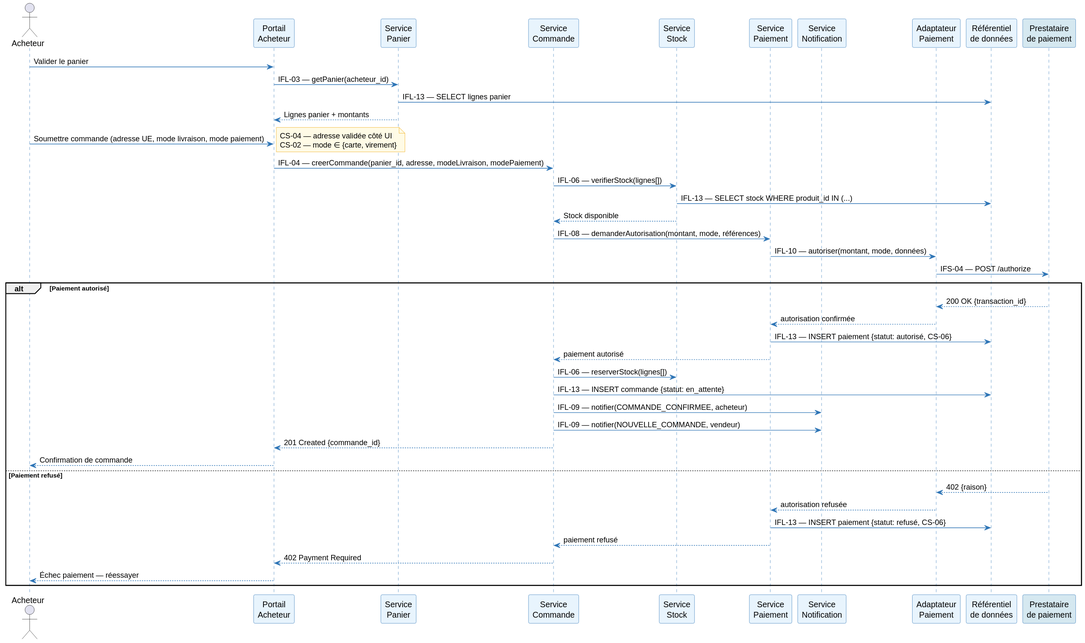
Earlier version of the PlantUML export architecture/03-logical-architecture/diagrams/la-seq-commande.svg (louistalvande/online_shop). Source of this version:
```plantuml
@startuml
skinparam sequenceArrowColor #2E75B6
skinparam sequenceParticipantBackgroundColor #E8F4FD
skinparam sequenceParticipantBorderColor #2E75B6
skinparam sequenceLifeLineBorderColor #2E75B6
skinparam noteBorderColor #F0A500
skinparam noteBackgroundColor #FFFBE6

actor Acheteur as Buyer
participant "Portail\nAcheteur" as UI
participant "Service\nPanier" as SvcCart
participant "Service\nCommande" as SvcOrder
participant "Service\nStock" as SvcStock
participant "Service\nPaiement" as SvcPayment
participant "Service\nNotification" as SvcNotif
participant "Adaptateur\nPaiement" as AdpPayment
participant "Référentiel\nde données" as DB
participant "Prestataire\nde paiement" as ExtPayment #D5E8F0

Buyer -> UI : Valider le panier
UI -> SvcCart : IFL-03 — getPanier(acheteur_id)
SvcCart -> DB : IFL-13 — SELECT lignes panier
SvcCart --> UI : Lignes panier + montants

Buyer -> UI : Soumettre commande (adresse UE, mode livraison, mode paiement)
note right : CS-04 — adresse validée côté UI\nCS-02 — mode ∈ {carte, virement}

UI -> SvcOrder : IFL-04 — creerCommande(panier_id, adresse, modeLivraison, modePaiement)
SvcOrder -> SvcStock : IFL-06 — verifierStock(lignes[])
SvcStock -> DB : IFL-13 — SELECT stock WHERE produit_id IN (...)
SvcStock --> SvcOrder : Stock disponible

SvcOrder -> SvcPayment : IFL-08 — demanderAutorisation(montant, mode, références)
SvcPayment -> AdpPayment : IFL-10 — autoriser(montant, mode, données)
AdpPayment -> ExtPayment : IFS-04 — POST /authorize

alt Paiement autorisé
  ExtPayment --> AdpPayment : 200 OK {transaction_id}
  AdpPayment --> SvcPayment : autorisation confirmée
  SvcPayment -> DB : IFL-13 — INSERT paiement {statut: autorisé, CS-06}
  SvcPayment --> SvcOrder : paiement autorisé

  SvcOrder -> SvcStock : IFL-06 — reserverStock(lignes[])
  SvcOrder -> DB : IFL-13 — INSERT commande {statut: en_attente}
  SvcOrder -> SvcNotif : IFL-09 — notifier(COMMANDE_CONFIRMEE, acheteur)
  SvcOrder -> SvcNotif : IFL-09 — notifier(NOUVELLE_COMMANDE, vendeur)
  SvcOrder --> UI : 201 Created {commande_id}
  UI --> Buyer : Confirmation de commande

else Paiement refusé
  ExtPayment --> AdpPayment : 402 {raison}
  AdpPayment --> SvcPayment : autorisation refusée
  SvcPayment -> DB : IFL-13 — INSERT paiement {statut: refusé, CS-06}
  SvcPayment --> SvcOrder : paiement refusé
  SvcOrder --> UI : 402 Payment Required
  UI --> Buyer : Échec paiement — réessayer
end
@enduml
```
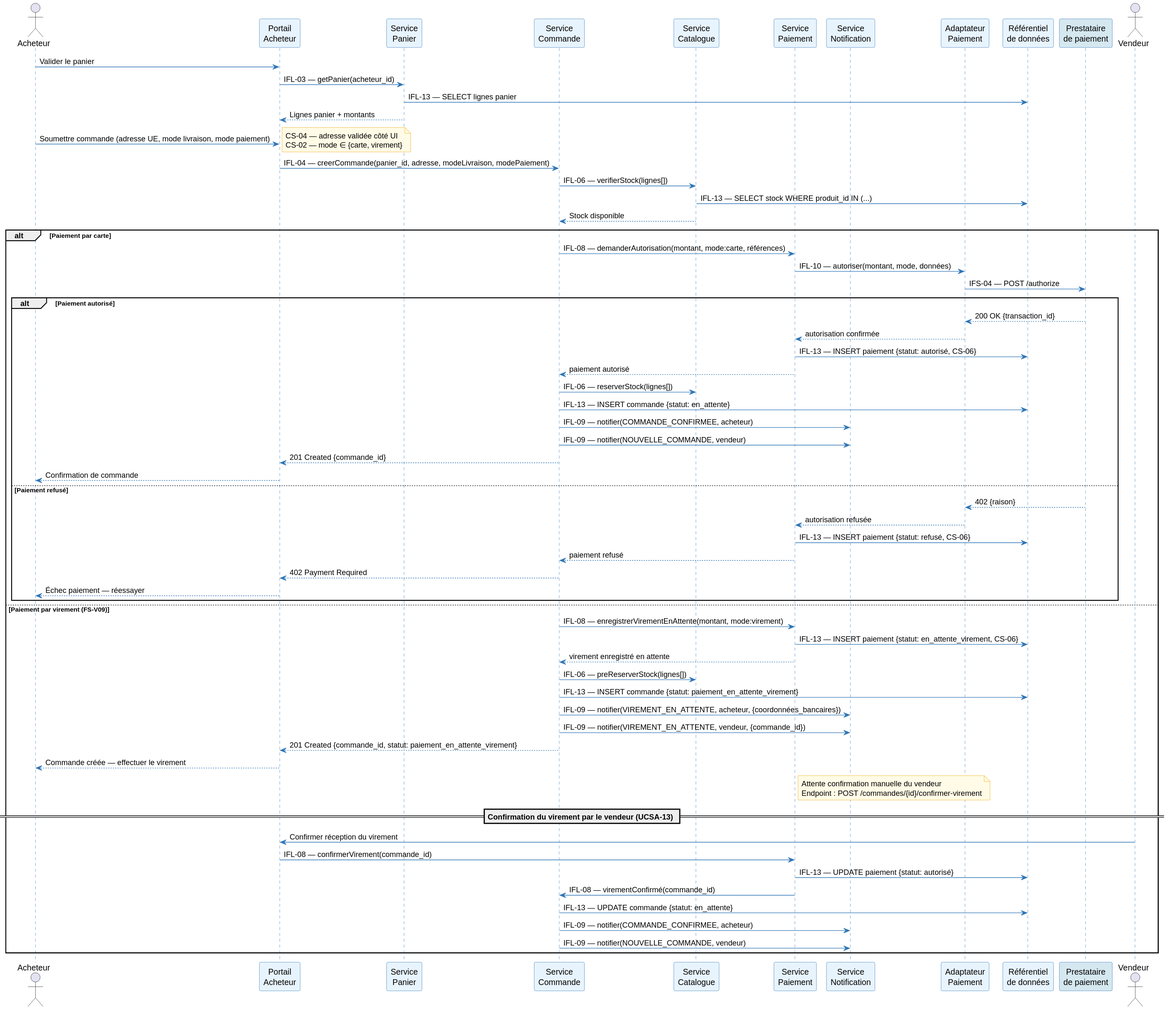
The same diagram one commit later.

Diff of the diagram source:
```diff
@@ -10,7 +10,7 @@
 participant "Portail\nAcheteur" as UI
 participant "Service\nPanier" as SvcCart
 participant "Service\nCommande" as SvcOrder
-participant "Service\nStock" as SvcStock
+participant "Service\nCatalogue" as SvcCatalog
 participant "Service\nPaiement" as SvcPayment
 participant "Service\nNotification" as SvcNotif
 participant "Adaptateur\nPaiement" as AdpPayment
@@ -26,33 +26,61 @@
 note right : CS-04 — adresse validée côté UI\nCS-02 — mode ∈ {carte, virement}
 
 UI -> SvcOrder : IFL-04 — creerCommande(panier_id, adresse, modeLivraison, modePaiement)
-SvcOrder -> SvcStock : IFL-06 — verifierStock(lignes[])
-SvcStock -> DB : IFL-13 — SELECT stock WHERE produit_id IN (...)
-SvcStock --> SvcOrder : Stock disponible
+SvcOrder -> SvcCatalog : IFL-06 — verifierStock(lignes[])
+SvcCatalog -> DB : IFL-13 — SELECT stock WHERE produit_id IN (...)
+SvcCatalog --> SvcOrder : Stock disponible
 
-SvcOrder -> SvcPayment : IFL-08 — demanderAutorisation(montant, mode, références)
-SvcPayment -> AdpPayment : IFL-10 — autoriser(montant, mode, données)
-AdpPayment -> ExtPayment : IFS-04 — POST /authorize
+alt Paiement par carte
+  SvcOrder -> SvcPayment : IFL-08 — demanderAutorisation(montant, mode:carte, références)
+  SvcPayment -> AdpPayment : IFL-10 — autoriser(montant, mode, données)
+  AdpPayment -> ExtPayment : IFS-04 — POST /authorize
 
-alt Paiement autorisé
-  ExtPayment --> AdpPayment : 200 OK {transaction_id}
-  AdpPayment --> SvcPayment : autorisation confirmée
-  SvcPayment -> DB : IFL-13 — INSERT paiement {statut: autorisé, CS-06}
-  SvcPayment --> SvcOrder : paiement autorisé
+  alt Paiement autorisé
+    ExtPayment --> AdpPayment : 200 OK {transaction_id}
+    AdpPayment --> SvcPayment : autorisation confirmée
+    SvcPayment -> DB : IFL-13 — INSERT paiement {statut: autorisé, CS-06}
+    SvcPayment --> SvcOrder : paiement autorisé
 
-  SvcOrder -> SvcStock : IFL-06 — reserverStock(lignes[])
-  SvcOrder -> DB : IFL-13 — INSERT commande {statut: en_attente}
+    SvcOrder -> SvcCatalog : IFL-06 — reserverStock(lignes[])
+    SvcOrder -> DB : IFL-13 — INSERT commande {statut: en_attente}
+    SvcOrder -> SvcNotif : IFL-09 — notifier(COMMANDE_CONFIRMEE, acheteur)
+    SvcOrder -> SvcNotif : IFL-09 — notifier(NOUVELLE_COMMANDE, vendeur)
+    SvcOrder --> UI : 201 Created {commande_id}
+    UI --> Buyer : Confirmation de commande
+
+  else Paiement refusé
+    ExtPayment --> AdpPayment : 402 {raison}
+    AdpPayment --> SvcPayment : autorisation refusée
+    SvcPayment -> DB : IFL-13 — INSERT paiement {statut: refusé, CS-06}
+    SvcPayment --> SvcOrder : paiement refusé
+    SvcOrder --> UI : 402 Payment Required
+    UI --> Buyer : Échec paiement — réessayer
+  end
+
+else Paiement par virement (FS-V09)
+  SvcOrder -> SvcPayment : IFL-08 — enregistrerVirementEnAttente(montant, mode:virement)
+  SvcPayment -> DB : IFL-13 — INSERT paiement {statut: en_attente_virement, CS-06}
+  SvcPayment --> SvcOrder : virement enregistré en attente
+  SvcOrder -> SvcCatalog : IFL-06 — preReserverStock(lignes[])
+  SvcOrder -> DB : IFL-13 — INSERT commande {statut: paiement_en_attente_virement}
+  SvcOrder -> SvcNotif : IFL-09 — notifier(VIREMENT_EN_ATTENTE, acheteur, {coordonnées_bancaires})
+  SvcOrder -> SvcNotif : IFL-09 — notifier(VIREMENT_EN_ATTENTE, vendeur, {commande_id})
+  SvcOrder --> UI : 201 Created {commande_id, statut: paiement_en_attente_virement}
+  UI --> Buyer : Commande créée — effectuer le virement
+
+  note right of SvcPayment
+    Attente confirmation manuelle du vendeur
+    Endpoint : POST /commandes/{id}/confirmer-virement
+  end note
+
+  == Confirmation du virement par le vendeur (UCSA-13) ==
+  actor Vendeur as Vendor2
+  Vendor2 -> UI : Confirmer réception du virement
+  UI -> SvcPayment : IFL-08 — confirmerVirement(commande_id)
+  SvcPayment -> DB : IFL-13 — UPDATE paiement {statut: autorisé}
+  SvcPayment -> SvcOrder : IFL-08 — virementConfirmé(commande_id)
+  SvcOrder -> DB : IFL-13 — UPDATE commande {statut: en_attente}
   SvcOrder -> SvcNotif : IFL-09 — notifier(COMMANDE_CONFIRMEE, acheteur)
   SvcOrder -> SvcNotif : IFL-09 — notifier(NOUVELLE_COMMANDE, vendeur)
-  SvcOrder --> UI : 201 Created {commande_id}
-  UI --> Buyer : Confirmation de commande
-
-else Paiement refusé
-  ExtPayment --> AdpPayment : 402 {raison}
-  AdpPayment --> SvcPayment : autorisation refusée
-  SvcPayment -> DB : IFL-13 — INSERT paiement {statut: refusé, CS-06}
-  SvcPayment --> SvcOrder : paiement refusé
-  SvcOrder --> UI : 402 Payment Required
-  UI --> Buyer : Échec paiement — réessayer
 end
 @enduml
```
